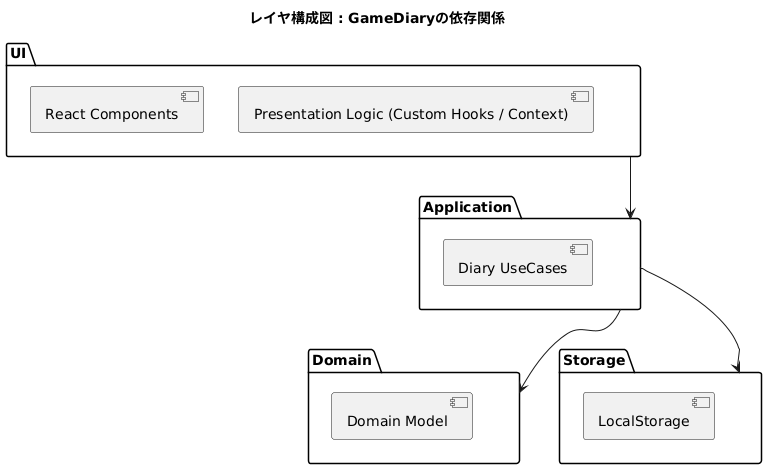
Above: images/layeredArchitecture.png in urusakuma/GameDiary (PlantUML), before the change. Source of this version:
```plantuml
@startuml
title レイヤ構成図 : GameDiaryの依存関係


package UI{
  [React Components]
  [Presentation Logic (Custom Hooks / Context)]
}
package Application{
  [Diary UseCases]
}
package Domain {
  [Domain Model]
}

package Storage{
  [LocalStorage]
}

UI --> Application
Application --> Domain
Application --> Storage
@enduml
```
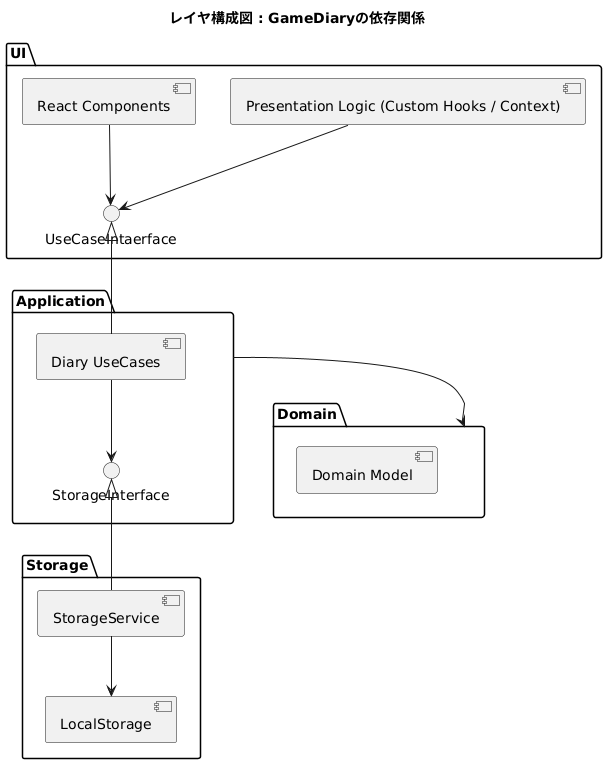
The same file after the commit.

Commit message:
レイヤ構成図の修正 Fixes #255

Diff of the diagram source:
```diff
@@ -3,21 +3,25 @@
 
 
 package UI{
-  [React Components]
-  [Presentation Logic (Custom Hooks / Context)]
+  interface UseCaseIntaerface
+  [React Components] --> UseCaseIntaerface
+  [Presentation Logic (Custom Hooks / Context)] --> UseCaseIntaerface
 }
 package Application{
+  UseCaseIntaerface <|-- [Diary UseCases]
   [Diary UseCases]
+  interface StorageInterface
+  [Diary UseCases] --> StorageInterface
 }
 package Domain {
   [Domain Model]
 }
 
 package Storage{
+  StorageInterface<|--[StorageService]
+  StorageService-->[LocalStorage]
   [LocalStorage]
 }
 
-UI --> Application
 Application --> Domain
-Application --> Storage
 @enduml
```
